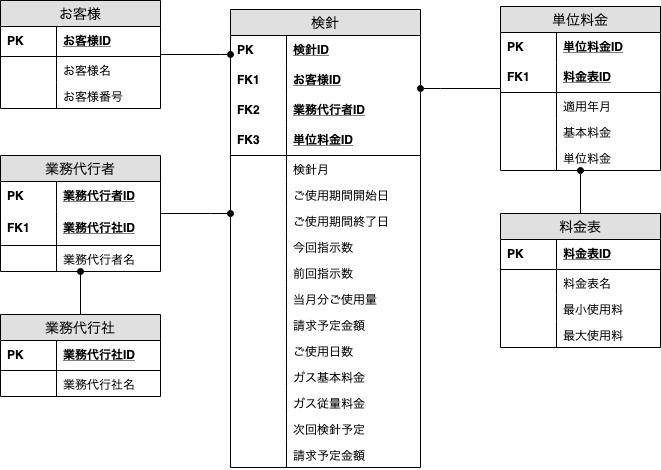
This is 006_gas_meter_check.png from chihaso/rakurakuERD, a draw.io export, as it was before one commit. Source tidied: cells renumbered, new cells last; positions are measured from the earlier drawing's top-left corner, leaving out a move shared by most shapes.
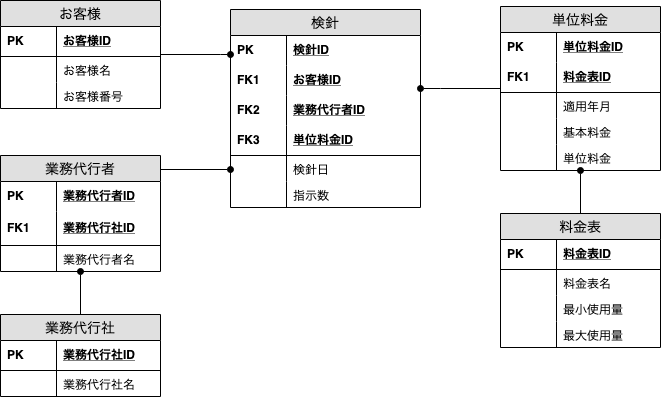
The same file after the commit.

Commit message:
導出項目を削除

What changed in the source:
```diff
@@ -3,7 +3,7 @@
     <mxCell id="0" />
     <mxCell id="1" parent="0" />
     <mxCell id="2" value="検針" style="swimlane;fontStyle=0;horizontal=1;startSize=26;fillColor=#e0e0e0;swimlaneFillColor=#ffffff;align=center;fontSize=14;" parent="1" vertex="1">
-      <mxGeometry x="230" y="9" width="190" height="458" as="geometry" />
+      <mxGeometry x="230" y="9" width="190" height="198" as="geometry" />
     </mxCell>
     <mxCell id="3" value="検針ID" style="shape=partialRectangle;top=0;left=0;right=0;bottom=0;align=left;verticalAlign=middle;fillColor=none;spacingLeft=60;spacingRight=4;overflow=hidden;fontStyle=5;fontSize=12;" parent="2" vertex="1">
       <mxGeometry y="26" width="190" height="30" as="geometry" />
@@ -29,78 +29,18 @@
     <mxCell id="10" value="FK3" style="shape=partialRectangle;fontStyle=1;top=0;left=0;bottom=0;fillColor=none;align=left;verticalAlign=middle;spacingLeft=4;spacingRight=4;overflow=hidden;fontSize=12;" parent="9" vertex="1">
       <mxGeometry width="56" height="30" as="geometry" />
     </mxCell>
-    <mxCell id="11" value="検針月" style="shape=partialRectangle;top=0;left=0;right=0;bottom=0;align=left;verticalAlign=top;fillColor=none;spacingLeft=60;spacingRight=4;overflow=hidden;fontSize=12;" parent="2" vertex="1">
-      <mxGeometry y="146" width="190" height="26" as="geometry" />
-    </mxCell>
-    <mxCell id="12" style="shape=partialRectangle;top=0;left=0;bottom=0;fillColor=none;align=left;verticalAlign=top;spacingLeft=4;spacingRight=4;overflow=hidden;fontSize=12;" parent="11" vertex="1">
-      <mxGeometry width="56" height="26" as="geometry" />
-    </mxCell>
-    <mxCell id="13" value="ご使用期間開始日" style="shape=partialRectangle;top=0;left=0;right=0;bottom=0;align=left;verticalAlign=top;fillColor=none;spacingLeft=60;spacingRight=4;overflow=hidden;fontSize=12;" parent="2" vertex="1">
-      <mxGeometry y="172" width="190" height="26" as="geometry" />
-    </mxCell>
-    <mxCell id="14" style="shape=partialRectangle;top=0;left=0;bottom=0;fillColor=none;align=left;verticalAlign=top;spacingLeft=4;spacingRight=4;overflow=hidden;fontSize=12;" parent="13" vertex="1">
-      <mxGeometry width="56" height="26" as="geometry" />
-    </mxCell>
-    <mxCell id="15" value="ご使用期間終了日" style="shape=partialRectangle;top=0;left=0;right=0;bottom=0;align=left;verticalAlign=top;fillColor=none;spacingLeft=60;spacingRight=4;overflow=hidden;fontSize=12;" parent="2" vertex="1">
-      <mxGeometry y="198" width="190" height="26" as="geometry" />
-    </mxCell>
-    <mxCell id="16" style="shape=partialRectangle;top=0;left=0;bottom=0;fillColor=none;align=left;verticalAlign=top;spacingLeft=4;spacingRight=4;overflow=hidden;fontSize=12;" parent="15" vertex="1">
-      <mxGeometry width="56" height="26" as="geometry" />
-    </mxCell>
-    <mxCell id="17" value="今回指示数" style="shape=partialRectangle;top=0;left=0;right=0;bottom=0;align=left;verticalAlign=top;fillColor=none;spacingLeft=60;spacingRight=4;overflow=hidden;fontSize=12;" parent="2" vertex="1">
-      <mxGeometry y="224" width="190" height="26" as="geometry" />
+    <mxCell id="17" value="検針日" style="shape=partialRectangle;top=0;left=0;right=0;bottom=0;align=left;verticalAlign=top;fillColor=none;spacingLeft=60;spacingRight=4;overflow=hidden;fontSize=12;" parent="2" vertex="1">
+      <mxGeometry y="146" width="190" height="26" as="geometry" />
     </mxCell>
     <mxCell id="18" style="shape=partialRectangle;top=0;left=0;bottom=0;fillColor=none;align=left;verticalAlign=top;spacingLeft=4;spacingRight=4;overflow=hidden;fontSize=12;" parent="17" vertex="1">
       <mxGeometry width="56" height="26" as="geometry" />
     </mxCell>
-    <mxCell id="19" value="前回指示数" style="shape=partialRectangle;top=0;left=0;right=0;bottom=0;align=left;verticalAlign=top;fillColor=none;spacingLeft=60;spacingRight=4;overflow=hidden;fontSize=12;" parent="2" vertex="1">
-      <mxGeometry y="250" width="190" height="26" as="geometry" />
-    </mxCell>
-    <mxCell id="20" style="shape=partialRectangle;top=0;left=0;bottom=0;fillColor=none;align=left;verticalAlign=top;spacingLeft=4;spacingRight=4;overflow=hidden;fontSize=12;" parent="19" vertex="1">
-      <mxGeometry width="56" height="26" as="geometry" />
-    </mxCell>
-    <mxCell id="21" value="当月分ご使用量" style="shape=partialRectangle;top=0;left=0;right=0;bottom=0;align=left;verticalAlign=top;fillColor=none;spacingLeft=60;spacingRight=4;overflow=hidden;fontSize=12;" parent="2" vertex="1">
-      <mxGeometry y="276" width="190" height="26" as="geometry" />
-    </mxCell>
-    <mxCell id="22" style="shape=partialRectangle;top=0;left=0;bottom=0;fillColor=none;align=left;verticalAlign=top;spacingLeft=4;spacingRight=4;overflow=hidden;fontSize=12;" parent="21" vertex="1">
-      <mxGeometry width="56" height="26" as="geometry" />
-    </mxCell>
-    <mxCell id="23" value="請求予定金額" style="shape=partialRectangle;top=0;left=0;right=0;bottom=0;align=left;verticalAlign=top;fillColor=none;spacingLeft=60;spacingRight=4;overflow=hidden;fontSize=12;" parent="2" vertex="1">
-      <mxGeometry y="302" width="190" height="26" as="geometry" />
-    </mxCell>
-    <mxCell id="24" style="shape=partialRectangle;top=0;left=0;bottom=0;fillColor=none;align=left;verticalAlign=top;spacingLeft=4;spacingRight=4;overflow=hidden;fontSize=12;" parent="23" vertex="1">
-      <mxGeometry width="56" height="26" as="geometry" />
-    </mxCell>
-    <mxCell id="25" value="ご使用日数" style="shape=partialRectangle;top=0;left=0;right=0;bottom=0;align=left;verticalAlign=top;fillColor=none;spacingLeft=60;spacingRight=4;overflow=hidden;fontSize=12;" parent="2" vertex="1">
-      <mxGeometry y="328" width="190" height="26" as="geometry" />
+    <mxCell id="25" value="指示数" style="shape=partialRectangle;top=0;left=0;right=0;bottom=0;align=left;verticalAlign=top;fillColor=none;spacingLeft=60;spacingRight=4;overflow=hidden;fontSize=12;" parent="2" vertex="1">
+      <mxGeometry y="172" width="190" height="26" as="geometry" />
     </mxCell>
     <mxCell id="26" style="shape=partialRectangle;top=0;left=0;bottom=0;fillColor=none;align=left;verticalAlign=top;spacingLeft=4;spacingRight=4;overflow=hidden;fontSize=12;" parent="25" vertex="1">
       <mxGeometry width="56" height="26" as="geometry" />
     </mxCell>
-    <mxCell id="27" value="ガス基本料金" style="shape=partialRectangle;top=0;left=0;right=0;bottom=0;align=left;verticalAlign=top;fillColor=none;spacingLeft=60;spacingRight=4;overflow=hidden;fontSize=12;" parent="2" vertex="1">
-      <mxGeometry y="354" width="190" height="26" as="geometry" />
-    </mxCell>
-    <mxCell id="28" style="shape=partialRectangle;top=0;left=0;bottom=0;fillColor=none;align=left;verticalAlign=top;spacingLeft=4;spacingRight=4;overflow=hidden;fontSize=12;" parent="27" vertex="1">
-      <mxGeometry width="56" height="26" as="geometry" />
-    </mxCell>
-    <mxCell id="29" value="ガス従量料金" style="shape=partialRectangle;top=0;left=0;right=0;bottom=0;align=left;verticalAlign=top;fillColor=none;spacingLeft=60;spacingRight=4;overflow=hidden;fontSize=12;" parent="2" vertex="1">
-      <mxGeometry y="380" width="190" height="26" as="geometry" />
-    </mxCell>
-    <mxCell id="30" style="shape=partialRectangle;top=0;left=0;bottom=0;fillColor=none;align=left;verticalAlign=top;spacingLeft=4;spacingRight=4;overflow=hidden;fontSize=12;" parent="29" vertex="1">
-      <mxGeometry width="56" height="26" as="geometry" />
-    </mxCell>
-    <mxCell id="31" value="次回検針予定" style="shape=partialRectangle;top=0;left=0;right=0;bottom=0;align=left;verticalAlign=top;fillColor=none;spacingLeft=60;spacingRight=4;overflow=hidden;fontSize=12;" parent="2" vertex="1">
-      <mxGeometry y="406" width="190" height="26" as="geometry" />
-    </mxCell>
-    <mxCell id="32" style="shape=partialRectangle;top=0;left=0;bottom=0;fillColor=none;align=left;verticalAlign=top;spacingLeft=4;spacingRight=4;overflow=hidden;fontSize=12;" parent="31" vertex="1">
-      <mxGeometry width="56" height="26" as="geometry" />
-    </mxCell>
-    <mxCell id="33" value="請求予定金額" style="shape=partialRectangle;top=0;left=0;right=0;bottom=0;align=left;verticalAlign=top;fillColor=none;spacingLeft=60;spacingRight=4;overflow=hidden;fontSize=12;" parent="2" vertex="1">
-      <mxGeometry y="432" width="190" height="26" as="geometry" />
-    </mxCell>
-    <mxCell id="34" style="shape=partialRectangle;top=0;left=0;bottom=0;fillColor=none;align=left;verticalAlign=top;spacingLeft=4;spacingRight=4;overflow=hidden;fontSize=12;" parent="33" vertex="1">
-      <mxGeometry width="56" height="26" as="geometry" />
-    </mxCell>
     <mxCell id="35" style="edgeStyle=orthogonalEdgeStyle;rounded=0;jettySize=auto;html=1;endArrow=oval;endFill=1;" parent="1" edge="1" source="36" target="2">
       <mxGeometry relative="1" as="geometry">
         <Array as="points">
@@ -130,11 +70,10 @@
     <mxCell id="42" style="shape=partialRectangle;top=0;left=0;bottom=0;fillColor=none;align=left;verticalAlign=top;spacingLeft=4;spacingRight=4;overflow=hidden;fontSize=12;" parent="41" vertex="1">
       <mxGeometry width="56" height="26" as="geometry" />
     </mxCell>
-    <mxCell id="43" style="edgeStyle=orthogonalEdgeStyle;rounded=0;jettySize=auto;html=1;endArrow=oval;endFill=1;" parent="1" edge="1" source="44" target="2">
+    <mxCell id="43" style="edgeStyle=orthogonalEdgeStyle;rounded=0;jettySize=auto;html=1;endArrow=oval;endFill=1;exitX=1;exitY=0.086;exitDx=0;exitDy=0;exitPerimeter=0;" parent="1" edge="1" source="44" target="2">
       <mxGeometry relative="1" as="geometry">
         <Array as="points">
-          <mxPoint x="210" y="213" />
-          <mxPoint x="210" y="213" />
+          <mxPoint x="160" y="169" />
         </Array>
       </mxGeometry>
     </mxCell>
@@ -189,13 +128,13 @@
     <mxCell id="60" style="shape=partialRectangle;top=0;left=0;bottom=0;fillColor=none;align=left;verticalAlign=top;spacingLeft=4;spacingRight=4;overflow=hidden;fontSize=12;" parent="59" vertex="1">
       <mxGeometry width="56" height="26" as="geometry" />
     </mxCell>
-    <mxCell id="61" value="最小使用料" style="shape=partialRectangle;top=0;left=0;right=0;bottom=0;align=left;verticalAlign=top;fillColor=none;spacingLeft=60;spacingRight=4;overflow=hidden;fontSize=12;" parent="56" vertex="1">
+    <mxCell id="61" value="最小使用量" style="shape=partialRectangle;top=0;left=0;right=0;bottom=0;align=left;verticalAlign=top;fillColor=none;spacingLeft=60;spacingRight=4;overflow=hidden;fontSize=12;" parent="56" vertex="1">
       <mxGeometry y="82" width="160" height="26" as="geometry" />
     </mxCell>
     <mxCell id="62" style="shape=partialRectangle;top=0;left=0;bottom=0;fillColor=none;align=left;verticalAlign=top;spacingLeft=4;spacingRight=4;overflow=hidden;fontSize=12;" parent="61" vertex="1">
       <mxGeometry width="56" height="26" as="geometry" />
     </mxCell>
-    <mxCell id="63" value="最大使用料" style="shape=partialRectangle;top=0;left=0;right=0;bottom=0;align=left;verticalAlign=top;fillColor=none;spacingLeft=60;spacingRight=4;overflow=hidden;fontSize=12;" parent="56" vertex="1">
+    <mxCell id="63" value="最大使用量" style="shape=partialRectangle;top=0;left=0;right=0;bottom=0;align=left;verticalAlign=top;fillColor=none;spacingLeft=60;spacingRight=4;overflow=hidden;fontSize=12;" parent="56" vertex="1">
       <mxGeometry y="108" width="160" height="26" as="geometry" />
     </mxCell>
     <mxCell id="64" style="shape=partialRectangle;top=0;left=0;bottom=0;fillColor=none;align=left;verticalAlign=top;spacingLeft=4;spacingRight=4;overflow=hidden;fontSize=12;" parent="63" vertex="1">
```
